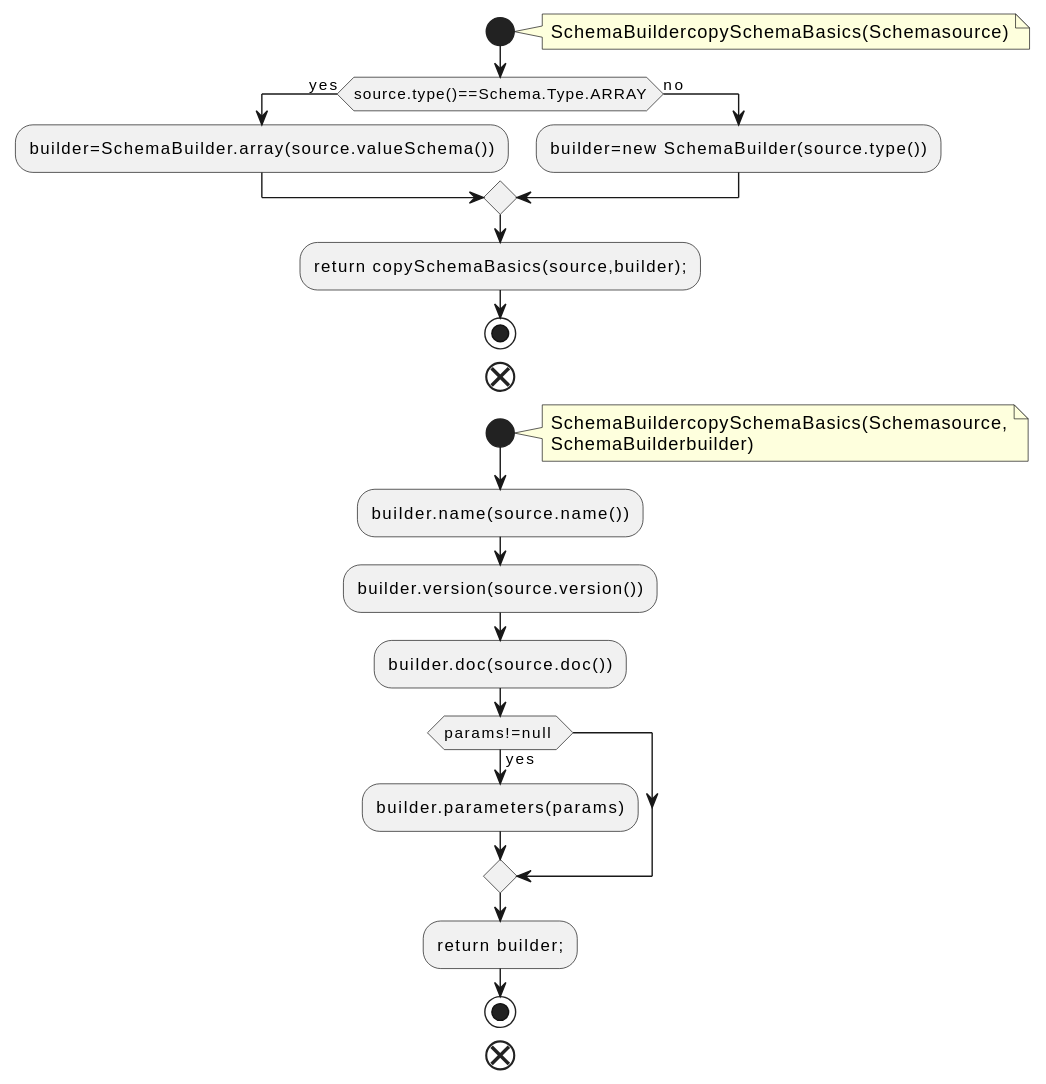
Before: docs/qc/connect/transforms/src/main/java/org/apache/kafka/connect/transforms/util/SchemaUtil.java.fct.svg, a diagram exported from PlantUML (qualitesys/kafka).
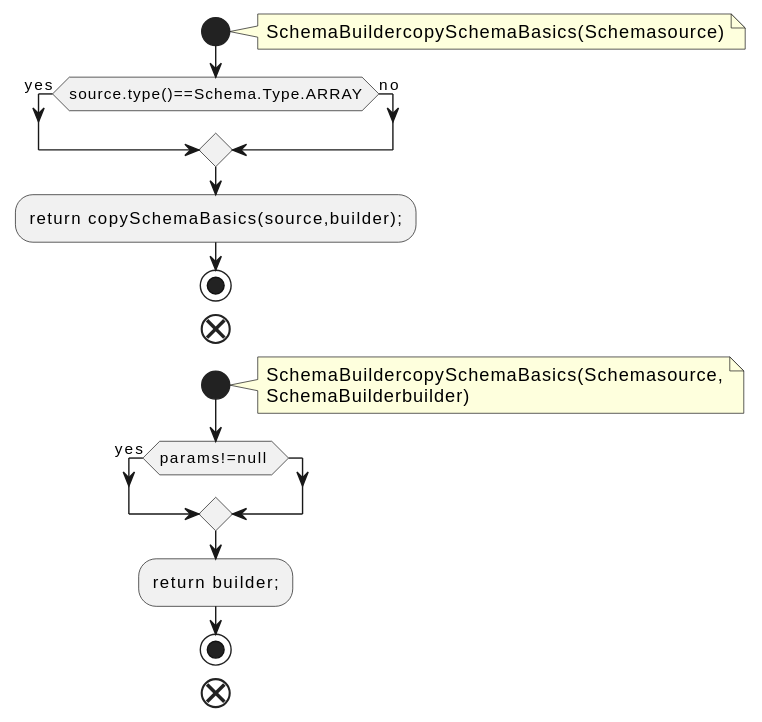
After the change.

Change to the diagram source:
```diff
@@ -5,9 +5,7 @@
 SchemaBuildercopySchemaBasics(Schemasource)
 end note
 if (source.type()==Schema.Type.ARRAY) then (yes)
-:builder=SchemaBuilder.array(source.valueSchema());
 else (no)
-:builder=new SchemaBuilder(source.type());
 endif
 :return copySchemaBasics(source,builder);;
 stop
@@ -17,11 +15,7 @@
 SchemaBuildercopySchemaBasics(Schemasource,
 SchemaBuilderbuilder)
 end note
-:builder.name(source.name());
-:builder.version(source.version());
-:builder.doc(source.doc());
 if (params!=null ) then (yes)
-:builder.parameters(params);
 endif
 :return builder;;
 stop
```
